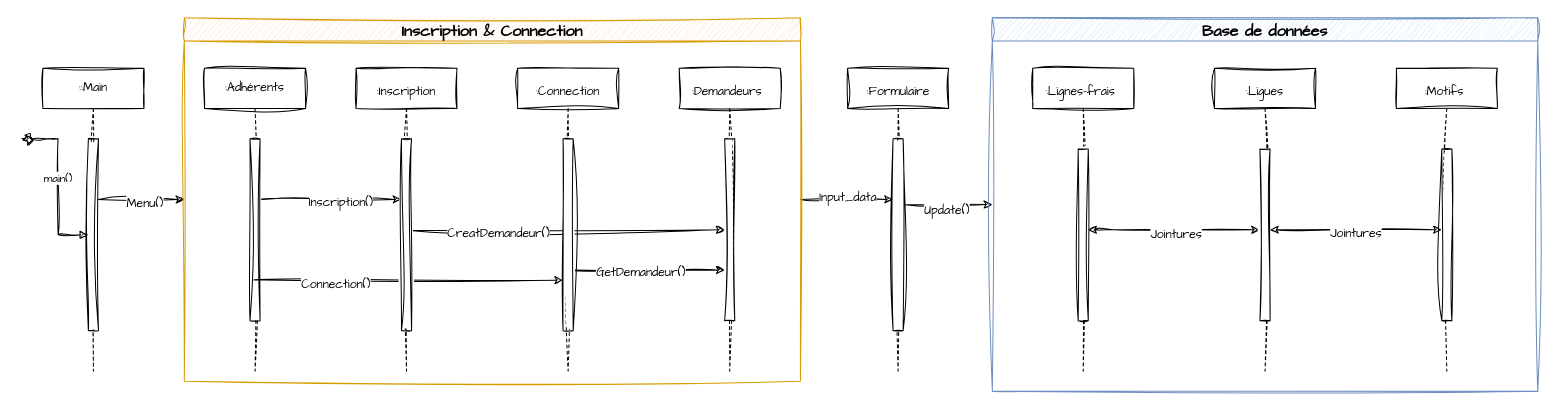
This is NoteDeFrais.drawio from PlumCreativ/NoteDeFrais, a draw.io file, before an edit. Source tidied: cells renumbered, new cells numbered last; positions are measured from the earlier drawing's top-left corner, leaving out a move shared by most shapes. Both pictures are drawn from the tidied source at 101%, with x=0, y=0 at pixel (27, 17).
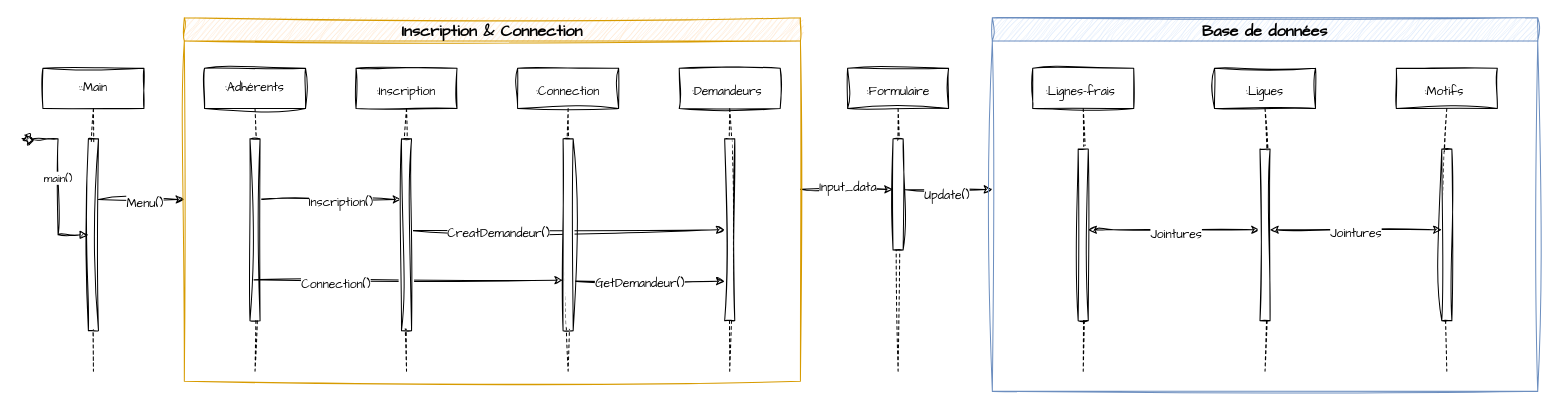
The same page after the edit.

Commit message (it also covers changes not shown here):
Mettre à jour NoteDeFrais.drawio

The change refers to these unchanged cells:
```xml
<mxCell id="13" value="&lt;font style=&quot;font-size: 12px;&quot;&gt;:Formulaire&lt;br&gt;&lt;/font&gt;" style="shape=umlLifeline;perimeter=lifelinePerimeter;whiteSpace=wrap;html=1;newEdgeStyle={&quot;edgeStyle&quot;:&quot;elbowEdgeStyle&quot;,&quot;elbow&quot;:&quot;vertical&quot;,&quot;curved&quot;:0,&quot;rounded&quot;:0};fontFamily=Architects Daughter;sketch=1;curveFitting=1;jiggle=2;hachureGap=4;fontSize=20;" parent="1" vertex="1">
  <mxGeometry x="811.7" y="50" width="100" height="300" as="geometry" />
</mxCell>
<mxCell id="17" value="&lt;font style=&quot;font-size: 16px;&quot;&gt;Base de données&lt;/font&gt;" style="swimlane;whiteSpace=wrap;html=1;sketch=1;hachureGap=4;jiggle=2;curveFitting=1;fontFamily=Architects Daughter;fontSize=20;fillColor=#dae8fc;strokeColor=#6c8ebf;" parent="1" vertex="1">
  <mxGeometry x="955" width="540" height="370" as="geometry" />
</mxCell>
<mxCell id="30" value="&lt;font style=&quot;font-size: 16px;&quot;&gt;Inscription &amp;amp; Connection&lt;/font&gt;" style="swimlane;whiteSpace=wrap;html=1;sketch=1;hachureGap=4;jiggle=2;curveFitting=1;fontFamily=Architects Daughter;fontSize=20;fillColor=#ffe6cc;strokeColor=#d79b00;" parent="1" vertex="1">
  <mxGeometry x="155" width="610" height="360" as="geometry" />
</mxCell>
```

Change to the diagram source:
```diff
@@
-    <mxCell id="11" style="edgeStyle=elbowEdgeStyle;rounded=0;sketch=1;hachureGap=4;jiggle=2;curveFitting=1;jettySize=auto;html=1;elbow=vertical;curved=0;entryX=0;entryY=0.5;entryDx=0;entryDy=0;fontFamily=Architects Daughter;fontSize=16;" parent="1" edge="1" source="14" target="17">
-      <mxGeometry relative="1" as="geometry" />
+    <mxCell id="11" style="edgeStyle=elbowEdgeStyle;rounded=0;sketch=1;hachureGap=4;jiggle=2;curveFitting=1;orthogonalLoop=1;jettySize=auto;html=1;elbow=vertical;curved=0;entryX=0;entryY=0.5;entryDx=0;entryDy=0;fontFamily=Architects Daughter;fontSize=16;" parent="1" edge="1">
+      <mxGeometry relative="1" as="geometry">
+        <mxPoint x="866.7" y="170.1" as="sourcePoint" />
+        <mxPoint x="955" y="170" as="targetPoint" />
+      </mxGeometry>
     </mxCell>
@@
     <mxCell id="14" style="html=1;points=[];perimeter=orthogonalPerimeter;outlineConnect=0;targetShapes=umlLifeline;portConstraint=eastwest;newEdgeStyle={&quot;edgeStyle&quot;:&quot;elbowEdgeStyle&quot;,&quot;elbow&quot;:&quot;vertical&quot;,&quot;curved&quot;:0,&quot;rounded&quot;:0};fontFamily=Architects Daughter;sketch=1;curveFitting=1;jiggle=2;hachureGap=4;fontSize=20;" parent="13" vertex="1">
-      <mxGeometry x="45" y="70" width="10" height="190" as="geometry" />
+      <mxGeometry x="45" y="70" width="10" height="110" as="geometry" />
     </mxCell>
-    <mxCell id="15" style="rounded=0;sketch=1;hachureGap=4;jiggle=2;curveFitting=1;jettySize=auto;html=1;fontFamily=Architects Daughter;fontSize=16;exitX=1;exitY=0.5;exitDx=0;exitDy=0;" parent="1" edge="1" source="30" target="14">
-      <mxGeometry relative="1" as="geometry" />
+    <mxCell id="15" style="rounded=0;sketch=1;hachureGap=4;jiggle=2;curveFitting=1;orthogonalLoop=1;jettySize=auto;html=1;fontFamily=Architects Daughter;fontSize=16;exitX=1;exitY=0.5;exitDx=0;exitDy=0;" parent="1" edge="1">
+      <mxGeometry relative="1" as="geometry">
+        <mxPoint x="765" y="170" as="sourcePoint" />
+        <mxPoint x="856.7" y="170" as="targetPoint" />
+      </mxGeometry>
     </mxCell>
@@
     <mxCell id="33" style="edgeStyle=elbowEdgeStyle;rounded=0;sketch=1;hachureGap=4;jiggle=2;curveFitting=1;orthogonalLoop=1;jettySize=auto;html=1;elbow=vertical;curved=0;fontFamily=Architects Daughter;fontSize=16;" parent="30" edge="1">
       <mxGeometry relative="1" as="geometry">
-        <mxPoint x="379.4" y="250" as="sourcePoint" />
-        <mxPoint x="535" y="250" as="targetPoint" />
+        <mxPoint x="379.4" y="260.5" as="sourcePoint" />
+        <mxPoint x="535" y="260.5" as="targetPoint" />
       </mxGeometry>
     </mxCell>
```
